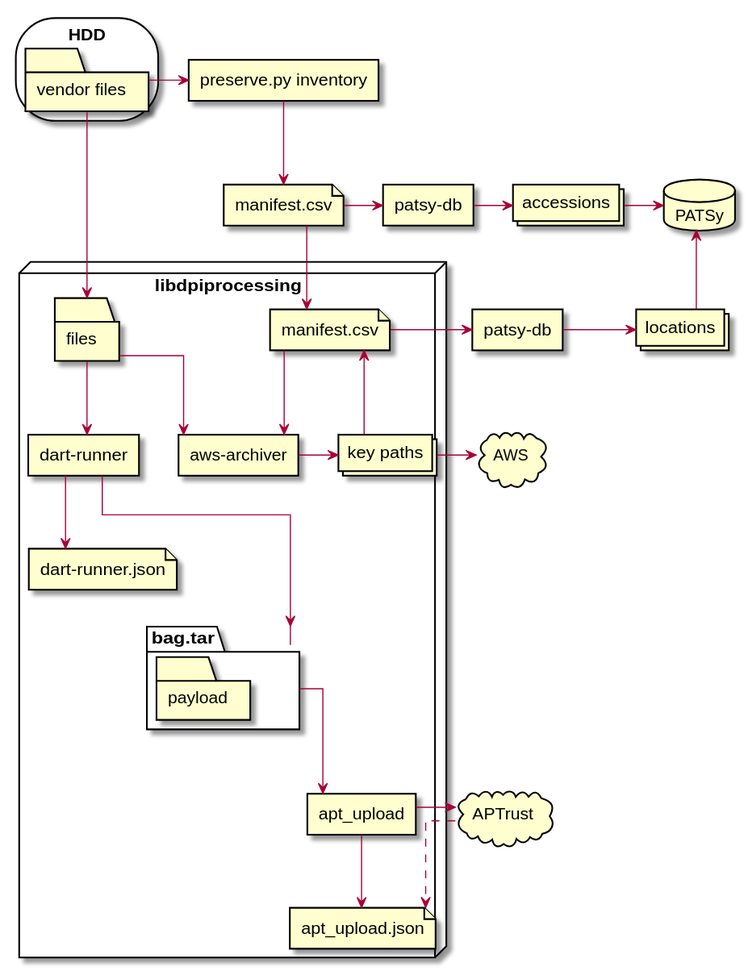
Earlier version of the PlantUML export docs/process.svg (umd-lib/digital-preservation-toolkit).
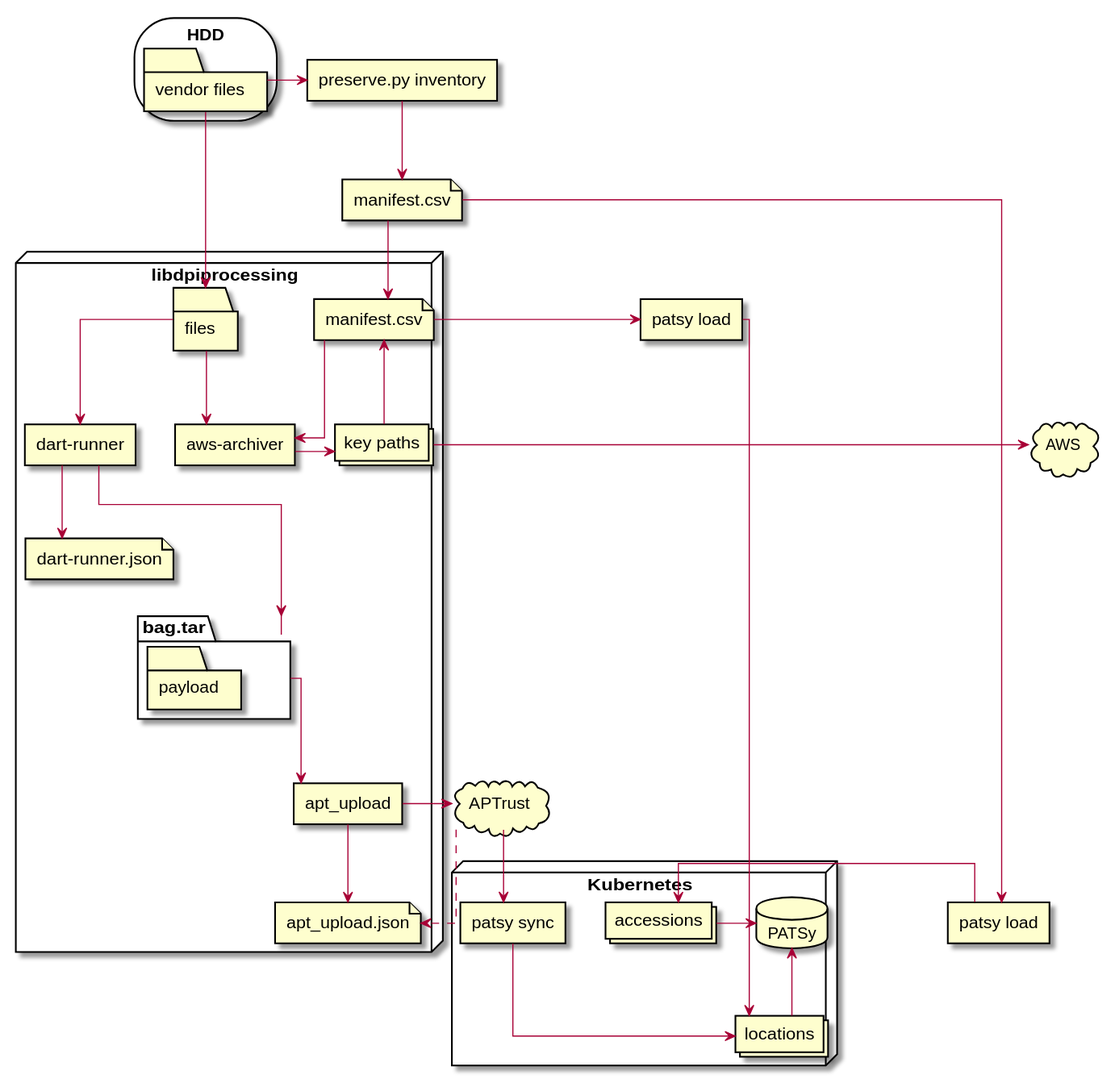
Above is the later version.

Commit message:
LIBITD-2253. Updates for APTrust

Change to the diagram source:
```diff
@@ -6,11 +6,15 @@
 }
 rectangle inventory as "preserve.py inventory"
 file inventory.csv as "manifest.csv"
-collections accessions
-collections locations
-rectangle patsydb as "patsy-db"
-rectangle patsydbdeposit as "patsy-db"
-database PATSy
+
+rectangle patsydb as "patsy load"
+rectangle patsydbdeposit as "patsy load"
+node Kubernetes {
+    database PATSy
+    collections accessions
+    collections locations
+    rectangle patsyaptrust as "patsy sync"
+}
 node libdpiprocessing {
     folder files
     file manifest.csv
@@ -35,6 +39,8 @@
 inventory.csv -> patsydb
 patsydb -> accessions
 accessions -> PATSy
+APTrust --> patsyaptrust
+patsyaptrust --> locations
 
 files --> awsarchiver
 manifest.csv --> awsarchiver
```
